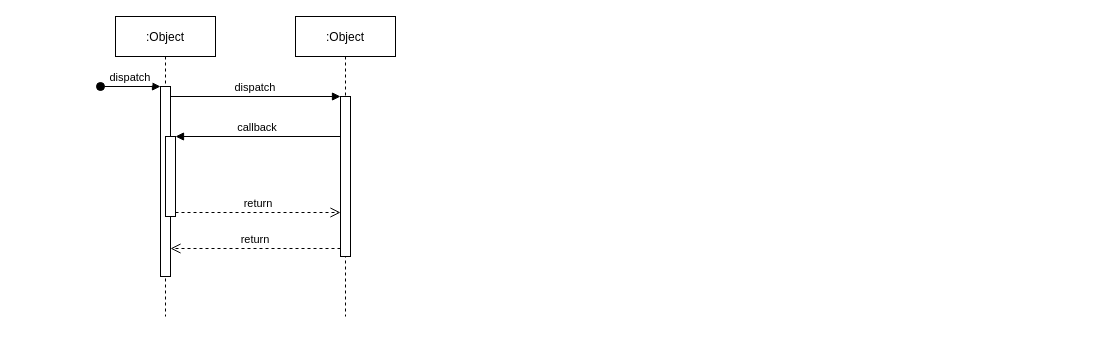
Before: Diagrama sin título.drawio in matiassaguir/izo-isw1-tpds, a draw.io diagram. Source tidied: cells renumbered, new cells numbered last; positions are measured from the earlier drawing's top-left corner, leaving out a move shared by most shapes. Both pictures are drawn from the tidied source at 100%, with x=0, y=0 at pixel (100, 16).
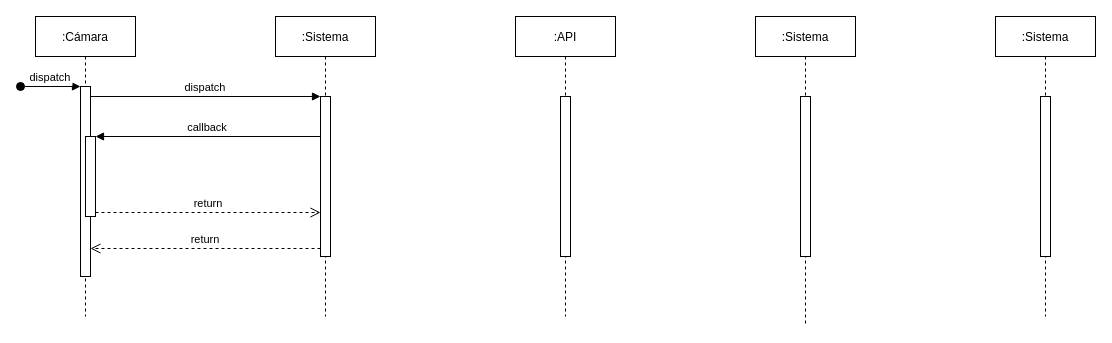
The same page after the edit.

Diff of the diagram source:
```diff
@@
 <mxGraphModel>
   <root>
     <mxCell id="0" />
     <mxCell id="1" parent="0" />
-    <mxCell id="2" value=":Object" style="shape=umlLifeline;perimeter=lifelinePerimeter;rounded=0;shadow=0;strokeWidth=1;" parent="1" vertex="1">
-      <mxGeometry x="15" width="100" height="300" as="geometry" />
+    <mxCell id="2" value=":Cámara" style="shape=umlLifeline;perimeter=lifelinePerimeter;rounded=0;shadow=0;strokeWidth=1;" parent="1" vertex="1">
+      <mxGeometry x="-65" width="100" height="300" as="geometry" />
     </mxCell>
     <mxCell id="3" style="points=[];perimeter=orthogonalPerimeter;rounded=0;shadow=0;strokeWidth=1;" parent="2" vertex="1">
       <mxGeometry x="45" y="70" width="10" height="190" as="geometry" />
     </mxCell>
     <mxCell id="4" value="dispatch" style="verticalAlign=bottom;startArrow=oval;endArrow=block;startSize=8;shadow=0;strokeWidth=1;" parent="2" edge="1" target="3">
       <mxGeometry relative="1" as="geometry">
         <mxPoint x="-15" y="70" as="sourcePoint" />
       </mxGeometry>
     </mxCell>
     <mxCell id="5" style="points=[];perimeter=orthogonalPerimeter;rounded=0;shadow=0;strokeWidth=1;" parent="2" vertex="1">
       <mxGeometry x="50" y="120" width="10" height="80" as="geometry" />
     </mxCell>
-    <mxCell id="6" value=":Object" style="shape=umlLifeline;perimeter=lifelinePerimeter;rounded=0;shadow=0;strokeWidth=1;" parent="1" vertex="1">
-      <mxGeometry x="195" width="100" height="300" as="geometry" />
+    <mxCell id="6" value=":Sistema" style="shape=umlLifeline;perimeter=lifelinePerimeter;rounded=0;shadow=0;strokeWidth=1;" parent="1" vertex="1">
+      <mxGeometry x="175" width="100" height="300" as="geometry" />
     </mxCell>
     <mxCell id="7" style="points=[];perimeter=orthogonalPerimeter;rounded=0;shadow=0;strokeWidth=1;" parent="6" vertex="1">
       <mxGeometry x="45" y="80" width="10" height="160" as="geometry" />
     </mxCell>
     <mxCell id="8" value="return" style="verticalAlign=bottom;endArrow=open;dashed=1;endSize=8;exitX=0;exitY=0.95;shadow=0;strokeWidth=1;" parent="1" edge="1" source="7" target="3">
       <mxGeometry relative="1" as="geometry" />
     </mxCell>
     <mxCell id="9" value="dispatch" style="verticalAlign=bottom;endArrow=block;entryX=0;entryY=0;shadow=0;strokeWidth=1;" parent="1" edge="1" source="3" target="7">
       <mxGeometry relative="1" as="geometry" />
     </mxCell>
     <mxCell id="10" value="callback" style="verticalAlign=bottom;endArrow=block;entryX=1;entryY=0;shadow=0;strokeWidth=1;" parent="1" edge="1" source="7" target="5">
       <mxGeometry relative="1" as="geometry" />
     </mxCell>
     <mxCell id="11" value="return" style="verticalAlign=bottom;endArrow=open;dashed=1;endSize=8;exitX=1;exitY=0.95;shadow=0;strokeWidth=1;" parent="1" edge="1" source="5" target="7">
       <mxGeometry relative="1" as="geometry" />
     </mxCell>
+    <mxCell id="12" value=":API" style="shape=umlLifeline;perimeter=lifelinePerimeter;rounded=0;shadow=0;strokeWidth=1;" parent="1" vertex="1">
+      <mxGeometry x="415" width="100" height="300" as="geometry" />
+    </mxCell>
+    <mxCell id="13" style="perimeter=orthogonalPerimeter;rounded=0;shadow=0;strokeWidth=1;" parent="12" vertex="1">
+      <mxGeometry x="45" y="80" width="10" height="160" as="geometry" />
+    </mxCell>
+    <mxCell id="14" value=":Sistema" style="shape=umlLifeline;perimeter=lifelinePerimeter;rounded=0;shadow=0;strokeWidth=1;" parent="1" vertex="1">
+      <mxGeometry x="895" width="100" height="300" as="geometry" />
+    </mxCell>
+    <mxCell id="15" style="perimeter=orthogonalPerimeter;rounded=0;shadow=0;strokeWidth=1;" parent="14" vertex="1">
+      <mxGeometry x="45" y="80" width="10" height="160" as="geometry" />
+    </mxCell>
+    <mxCell id="16" value=":Sistema" style="shape=umlLifeline;perimeter=lifelinePerimeter;rounded=0;shadow=0;strokeWidth=1;" parent="1" vertex="1">
+      <mxGeometry x="655" width="100" height="310" as="geometry" />
+    </mxCell>
+    <mxCell id="17" style="perimeter=orthogonalPerimeter;rounded=0;shadow=0;strokeWidth=1;" parent="16" vertex="1">
+      <mxGeometry x="45" y="80" width="10" height="160" as="geometry" />
+    </mxCell>
   </root>
 </mxGraphModel>
```
